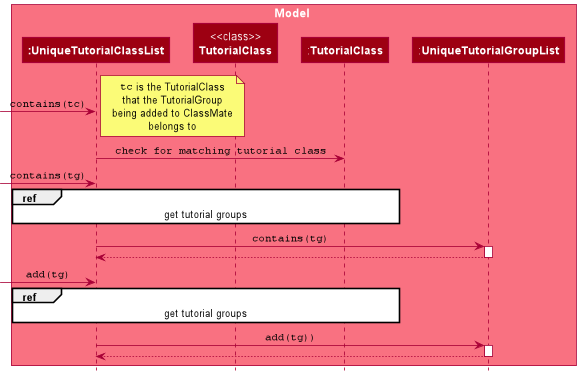
The PlantUML diagram docs/images/AddGroupSequenceDiagram.png in nus-cs2103-AY2122S1/tp, before a commit.
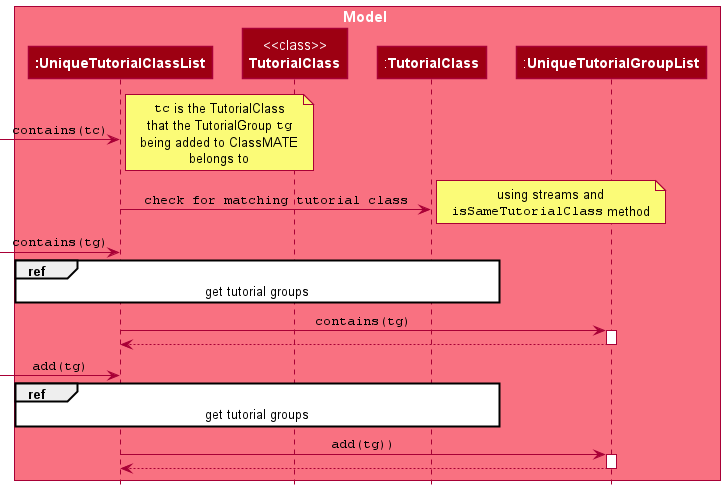
Later version of the same file.

Commit message:
Update DG tutorial group's implementation

What changed in the source:
```diff
@@ -13,12 +13,17 @@
 
 note right
 ""tc"" is the TutorialClass
-that the TutorialGroup
-being added to ClassMate
+that the TutorialGroup ""tg""
+being added to ClassMATE
 belongs to
 end note
 
 UniqueTutorialClassList -> TutorialClass : ""check for matching tutorial class""
+
+note right
+using streams and
+""isSameTutorialClass"" method
+end note
 
 [-> UniqueTutorialClassList : ""contains(tg)""
 
```
